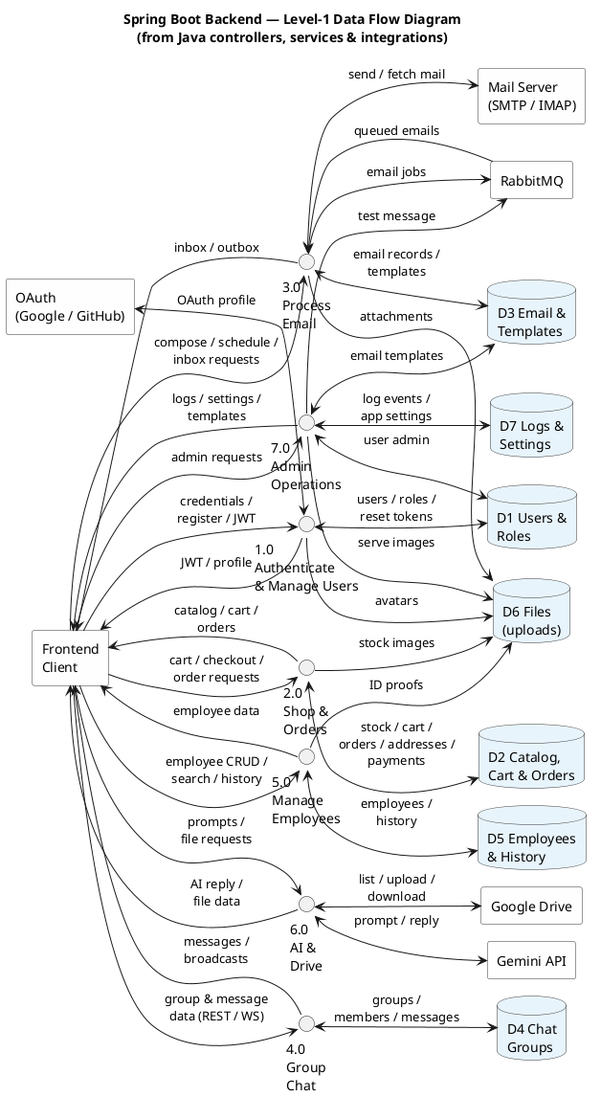
Leospace001/AY2526-FYP-B05 keeps this PlantUML diagram as uml/dataFlowDiagram.png. Above is the earlier version. Its source is kept beside it as uml/dataFlowDiagram.puml. Source of this version:
```plantuml
@startuml
!pragma layout smetana
title Spring Boot Backend — Level-1 Data Flow Diagram\n(from Java controllers, services & integrations)

skinparam shadowing false
skinparam defaultFontName SansSerif
skinparam backgroundColor #FFFFFF
skinparam rectangle {
  BackgroundColor #FEFEFE
  BorderColor #333333
}
skinparam database {
  BackgroundColor #E8F4FC
  BorderColor #333333
}
skinparam circle {
  BackgroundColor #FFF8E7
  BorderColor #333333
}

left to right direction

rectangle "Frontend\nClient" as Client
rectangle "OAuth\n(Google / GitHub)" as OAuth
rectangle "Gemini API" as Gemini
rectangle "Google Drive" as Drive
rectangle "Mail Server\n(SMTP / IMAP)" as Mail
rectangle "RabbitMQ" as MQ

circle "1.0\nAuthenticate\n& Manage Users" as P1
circle "2.0\nShop &\nOrders" as P2
circle "3.0\nProcess\nEmail" as P3
circle "4.0\nGroup\nChat" as P4
circle "5.0\nManage\nEmployees" as P5
circle "6.0\nAI &\nDrive" as P6
circle "7.0\nAdmin\nOperations" as P7

database "D1 Users &\nRoles" as D1
database "D2 Catalog,\nCart & Orders" as D2
database "D3 Email &\nTemplates" as D3
database "D4 Chat\nGroups" as D4
database "D5 Employees\n& History" as D5
database "D6 Files\n(uploads)" as D6
database "D7 Logs &\nSettings" as D7

Client --> P1 : credentials /\nregister / JWT
Client --> P2 : cart / checkout /\norder requests
Client --> P3 : compose / schedule /\ninbox requests
Client --> P4 : group & message\ndata (REST / WS)
Client --> P5 : employee CRUD /\nsearch / history
Client --> P6 : prompts /\nfile requests
Client --> P7 : admin requests

P1 --> Client : JWT / profile
P2 --> Client : catalog / cart /\norders
P3 --> Client : inbox / outbox
P4 --> Client : messages /\nbroadcasts
P5 --> Client : employee data
P6 --> Client : AI reply /\nfile data
P7 --> Client : logs / settings /\ntemplates

OAuth <--> P1 : OAuth profile
P3 --> MQ : email jobs
MQ --> P3 : queued emails
P3 <--> Mail : send / fetch mail
P6 <--> Gemini : prompt / reply
P6 <--> Drive : list / upload /\ndownload
P7 --> MQ : test message

P1 <--> D1 : users / roles /\nreset tokens
P1 --> D6 : avatars
P2 <--> D2 : stock / cart /\norders / addresses /\npayments
P2 --> D6 : stock images
P3 <--> D3 : email records /\ntemplates
P3 --> D6 : attachments
P4 <--> D4 : groups /\nmembers / messages
P5 <--> D5 : employees /\nhistory
P5 --> D6 : ID proofs
P7 <--> D7 : log events /\napp settings
P7 <--> D3 : email templates
P7 <--> D1 : user admin
P7 --> D6 : serve images

@enduml
```
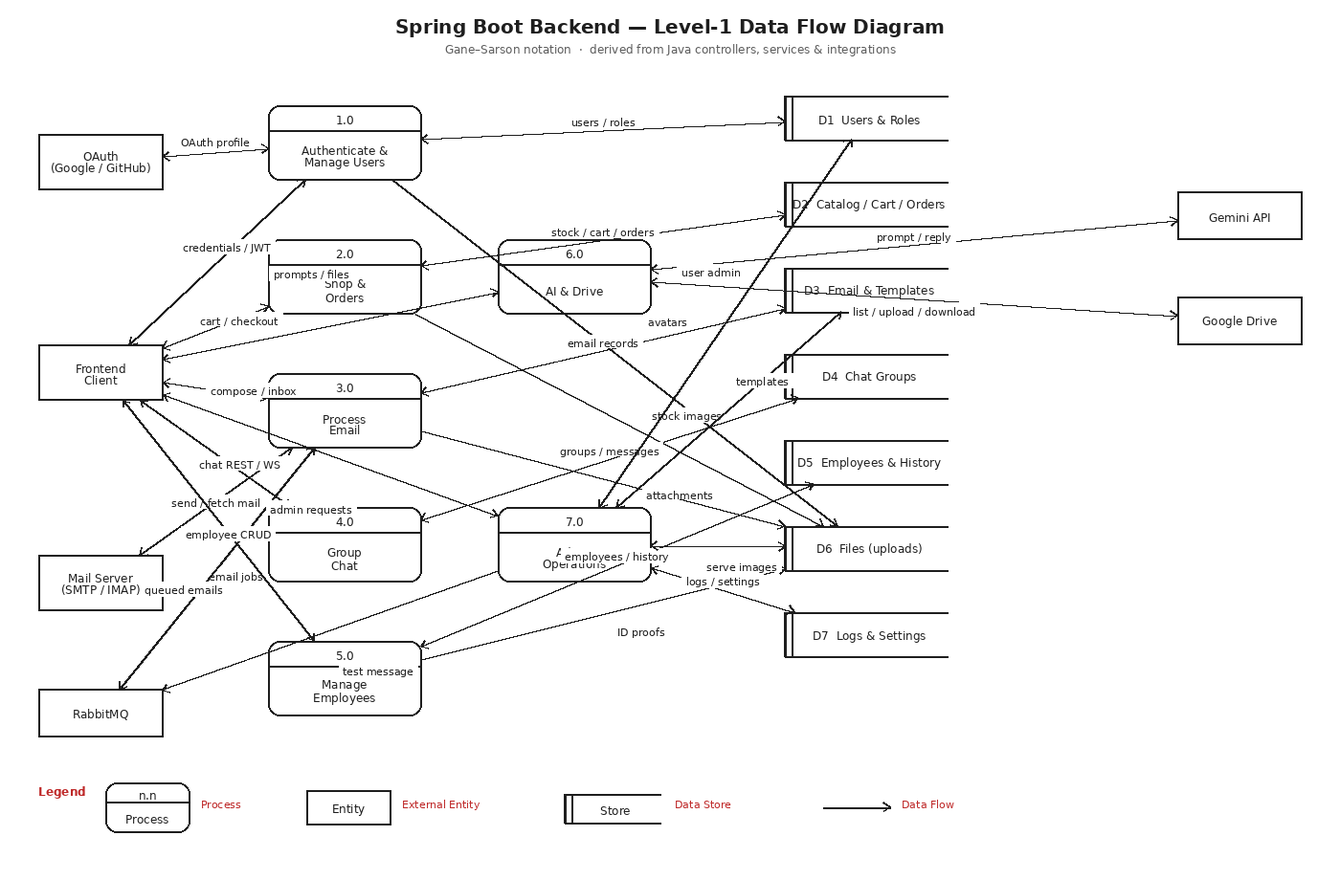
After the commit.

Commit message:
Redraw data flow diagram in Gane-Sarson notation

Match the attached DFD legend: processes with numbered headers,
rectangular external entities, open data stores, and labeled flows.

The edit, as a diff of the source:
```diff
@@ -1,84 +1,66 @@
 @startuml
-!pragma layout smetana
-title Spring Boot Backend — Level-1 Data Flow Diagram\n(from Java controllers, services & integrations)
 
-skinparam shadowing false
-skinparam defaultFontName SansSerif
-skinparam backgroundColor #FFFFFF
-skinparam rectangle {
-  BackgroundColor #FEFEFE
-  BorderColor #333333
-}
-skinparam database {
-  BackgroundColor #E8F4FC
-  BorderColor #333333
-}
-skinparam circle {
-  BackgroundColor #FFF8E7
-  BorderColor #333333
-}
+title Spring Boot Backend — Level-1 Data Flow Diagram\n(Gane-Sarson notation)
 
-left to right direction
-
-rectangle "Frontend\nClient" as Client
+rectangle "Frontend Client" as Client
 rectangle "OAuth\n(Google / GitHub)" as OAuth
+rectangle "Mail Server\n(SMTP / IMAP)" as Mail
+rectangle "RabbitMQ" as MQ
 rectangle "Gemini API" as Gemini
 rectangle "Google Drive" as Drive
-rectangle "Mail Server\n(SMTP / IMAP)" as Mail
-rectangle "RabbitMQ" as MQ
 
-circle "1.0\nAuthenticate\n& Manage Users" as P1
-circle "2.0\nShop &\nOrders" as P2
-circle "3.0\nProcess\nEmail" as P3
-circle "4.0\nGroup\nChat" as P4
-circle "5.0\nManage\nEmployees" as P5
-circle "6.0\nAI &\nDrive" as P6
-circle "7.0\nAdmin\nOperations" as P7
+rectangle "1.0\n----\nAuthenticate &\nManage Users" as P1
+rectangle "2.0\n----\nShop &\nOrders" as P2
+rectangle "3.0\n----\nProcess\nEmail" as P3
+rectangle "4.0\n----\nGroup\nChat" as P4
+rectangle "5.0\n----\nManage\nEmployees" as P5
+rectangle "6.0\n----\nAI &\nDrive" as P6
+rectangle "7.0\n----\nAdmin\nOperations" as P7
 
-database "D1 Users &\nRoles" as D1
-database "D2 Catalog,\nCart & Orders" as D2
-database "D3 Email &\nTemplates" as D3
-database "D4 Chat\nGroups" as D4
-database "D5 Employees\n& History" as D5
-database "D6 Files\n(uploads)" as D6
-database "D7 Logs &\nSettings" as D7
+collections "D1 Users & Roles" as D1
+collections "D2 Catalog / Cart / Orders" as D2
+collections "D3 Email & Templates" as D3
+collections "D4 Chat Groups" as D4
+collections "D5 Employees & History" as D5
+collections "D6 Files (uploads)" as D6
+collections "D7 Logs & Settings" as D7
 
-Client --> P1 : credentials /\nregister / JWT
-Client --> P2 : cart / checkout /\norder requests
-Client --> P3 : compose / schedule /\ninbox requests
-Client --> P4 : group & message\ndata (REST / WS)
-Client --> P5 : employee CRUD /\nsearch / history
-Client --> P6 : prompts /\nfile requests
-Client --> P7 : admin requests
-
-P1 --> Client : JWT / profile
-P2 --> Client : catalog / cart /\norders
-P3 --> Client : inbox / outbox
-P4 --> Client : messages /\nbroadcasts
-P5 --> Client : employee data
-P6 --> Client : AI reply /\nfile data
-P7 --> Client : logs / settings /\ntemplates
+Client <--> P1 : credentials / JWT
+Client <--> P2 : cart / checkout
+Client <--> P3 : compose / inbox
+Client <--> P4 : chat REST / WS
+Client <--> P5 : employee CRUD
+Client <--> P6 : prompts / files
+Client <--> P7 : admin requests
 
 OAuth <--> P1 : OAuth profile
+P3 <--> Mail : send / fetch mail
 P3 --> MQ : email jobs
 MQ --> P3 : queued emails
-P3 <--> Mail : send / fetch mail
+P7 --> MQ : test message
 P6 <--> Gemini : prompt / reply
-P6 <--> Drive : list / upload /\ndownload
-P7 --> MQ : test message
+P6 <--> Drive : list / upload / download
 
-P1 <--> D1 : users / roles /\nreset tokens
+P1 <--> D1 : users / roles
 P1 --> D6 : avatars
-P2 <--> D2 : stock / cart /\norders / addresses /\npayments
+P2 <--> D2 : stock / cart / orders
 P2 --> D6 : stock images
-P3 <--> D3 : email records /\ntemplates
+P3 <--> D3 : email records
 P3 --> D6 : attachments
-P4 <--> D4 : groups /\nmembers / messages
-P5 <--> D5 : employees /\nhistory
+P4 <--> D4 : groups / messages
+P5 <--> D5 : employees / history
 P5 --> D6 : ID proofs
-P7 <--> D7 : log events /\napp settings
-P7 <--> D3 : email templates
+P7 <--> D7 : logs / settings
+P7 <--> D3 : templates
 P7 <--> D1 : user admin
-P7 --> D6 : serve images
+P7 <--> D6 : serve images
+
+legend right
+  |= Shape |= Meaning |
+  | Rounded box with header | Process |
+  | Rectangle | External Entity |
+  | Open store (|| name) | Data Store |
+  | Labeled arrow | Data Flow |
+endlegend
 
 @enduml
```
